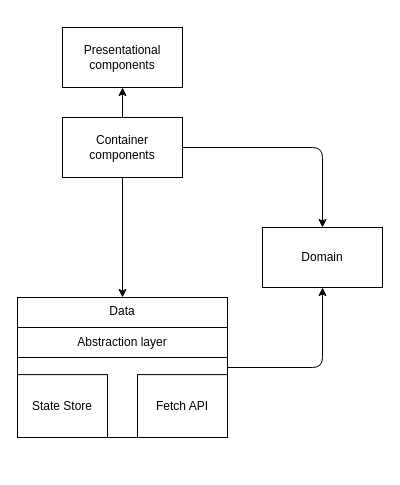
Before: docs/design/img/frontend-blocks.drawio in inmanta/web-console, a draw.io diagram. Source tidied: cells renumbered, new cells numbered last; positions are measured from the earlier drawing's top-left corner, leaving out a move shared by most shapes. Both pictures are drawn from the tidied source at 100%, with x=0, y=0 at pixel (17, 27).
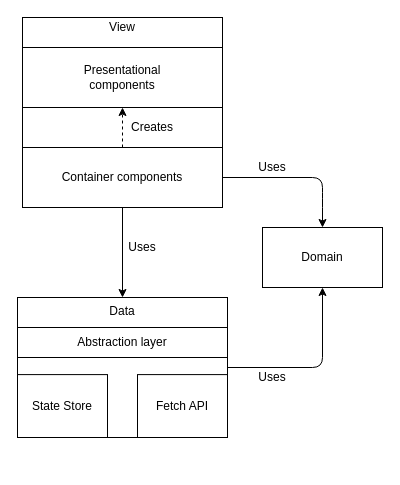
After the change.

The change refers to these unchanged cells:
```xml
<mxCell id="4" value="Domain" style="rounded=0;whiteSpace=wrap;html=1;" parent="1" vertex="1">
  <mxGeometry x="245" y="200" width="120" height="60" as="geometry" />
</mxCell>
```

Change to the diagram source:
```diff
@@
+    <mxCell id="14" style="rounded=0;whiteSpace=wrap;html=1;" parent="1" vertex="1">
+      <mxGeometry x="5" y="-10" width="200" height="190" as="geometry" />
+    </mxCell>
     <mxCell id="2" value="Presentational&lt;br&gt;components" style="rounded=0;whiteSpace=wrap;html=1;" parent="1" vertex="1">
-      <mxGeometry x="45" width="120" height="60" as="geometry" />
+      <mxGeometry x="5" y="20" width="200" height="60" as="geometry" />
     </mxCell>
     <mxCell id="3" value="Container components" style="rounded=0;whiteSpace=wrap;html=1;" parent="1" vertex="1">
-      <mxGeometry x="45" y="90" width="120" height="60" as="geometry" />
+      <mxGeometry x="5" y="120" width="200" height="60" as="geometry" />
     </mxCell>
@@
-    <mxCell id="5" style="endArrow=classic;html=1;entryX=0.5;entryY=1;entryDx=0;entryDy=0;exitX=0.5;exitY=0;exitDx=0;exitDy=0;" parent="1" edge="1" source="3" target="2">
+    <mxCell id="5" style="endArrow=classic;html=1;entryX=0.5;entryY=1;entryDx=0;entryDy=0;exitX=0.5;exitY=0;exitDx=0;exitDy=0;dashed=1;" parent="1" edge="1" source="3" target="2">
       <mxGeometry relative="1" as="geometry" />
     </mxCell>
     <mxCell id="6" style="endArrow=classic;html=1;exitX=1;exitY=0.5;exitDx=0;exitDy=0;entryX=0.5;entryY=0;entryDx=0;entryDy=0;" parent="1" edge="1" source="3" target="4">
       <mxGeometry relative="1" as="geometry">
         <Array as="points">
-          <mxPoint x="305" y="120" />
+          <mxPoint x="305" y="150" />
+          <mxPoint x="305" y="170" />
         </Array>
       </mxGeometry>
     </mxCell>
@@
+    <mxCell id="15" value="Creates" style="text;html=1;strokeColor=none;fillColor=none;align=center;verticalAlign=middle;whiteSpace=wrap;rounded=0;" parent="1" vertex="1">
+      <mxGeometry x="115" y="90" width="40" height="20" as="geometry" />
+    </mxCell>
+    <mxCell id="16" value="Uses" style="text;html=1;strokeColor=none;fillColor=none;align=center;verticalAlign=middle;whiteSpace=wrap;rounded=0;" parent="1" vertex="1">
+      <mxGeometry x="235" y="340" width="40" height="20" as="geometry" />
+    </mxCell>
+    <mxCell id="17" value="Uses" style="text;html=1;strokeColor=none;fillColor=none;align=center;verticalAlign=middle;whiteSpace=wrap;rounded=0;" parent="1" vertex="1">
+      <mxGeometry x="235" y="130" width="40" height="20" as="geometry" />
+    </mxCell>
+    <mxCell id="18" value="Uses" style="text;html=1;strokeColor=none;fillColor=none;align=center;verticalAlign=middle;whiteSpace=wrap;rounded=0;" parent="1" vertex="1">
+      <mxGeometry x="105" y="210" width="40" height="20" as="geometry" />
+    </mxCell>
+    <mxCell id="19" value="View" style="text;html=1;strokeColor=none;fillColor=none;align=center;verticalAlign=middle;whiteSpace=wrap;rounded=0;" parent="1" vertex="1">
+      <mxGeometry x="85" y="-10" width="40" height="20" as="geometry" />
+    </mxCell>
```
